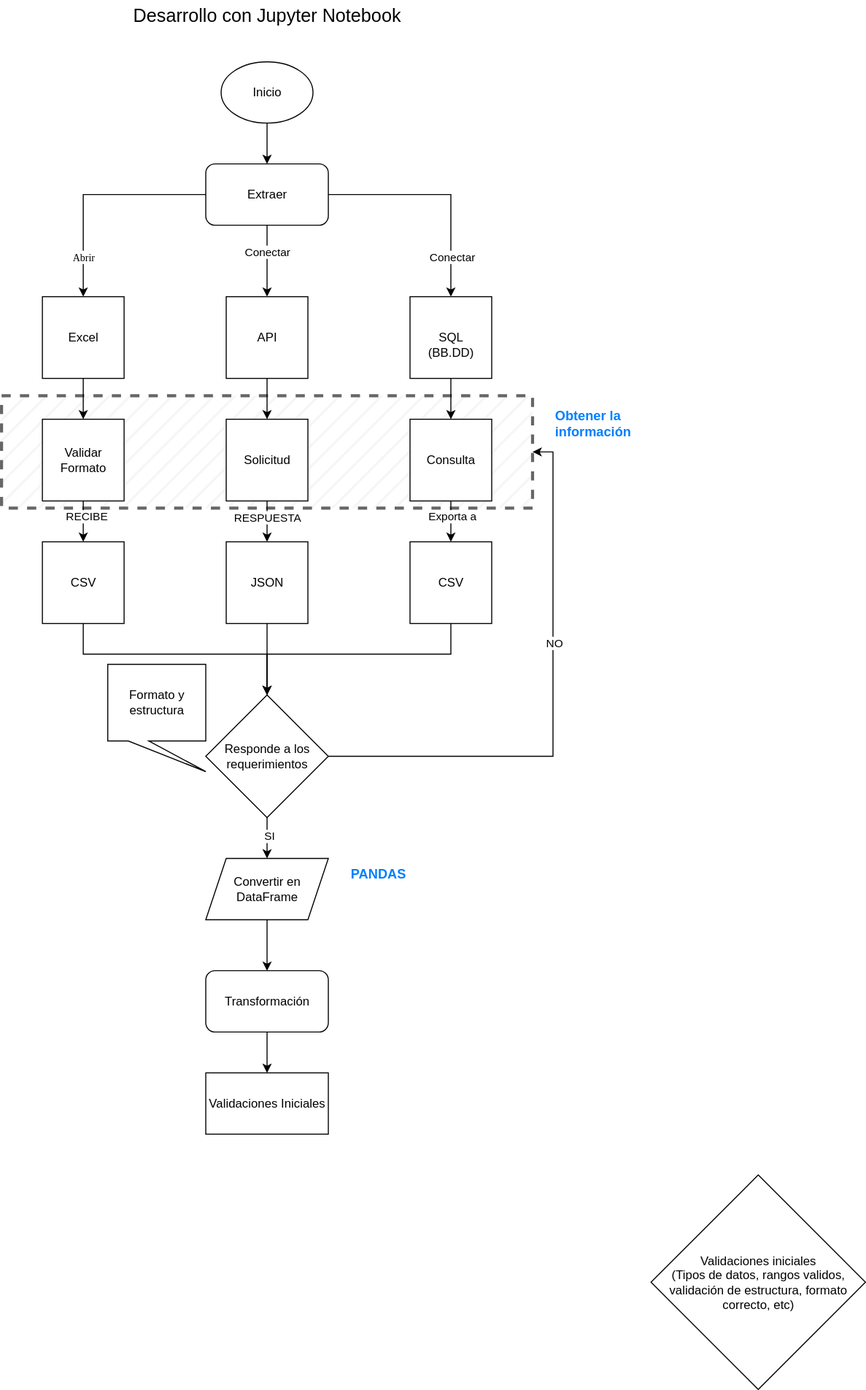
Ulises2024/Clinica-dental---JAVA keeps this draw.io diagram as Diagrama sin título.drawio.svg. Above is the earlier version. Source tidied: cells renumbered, new cells last; positions are measured from the earlier drawing's top-left corner, leaving out a move shared by most shapes.
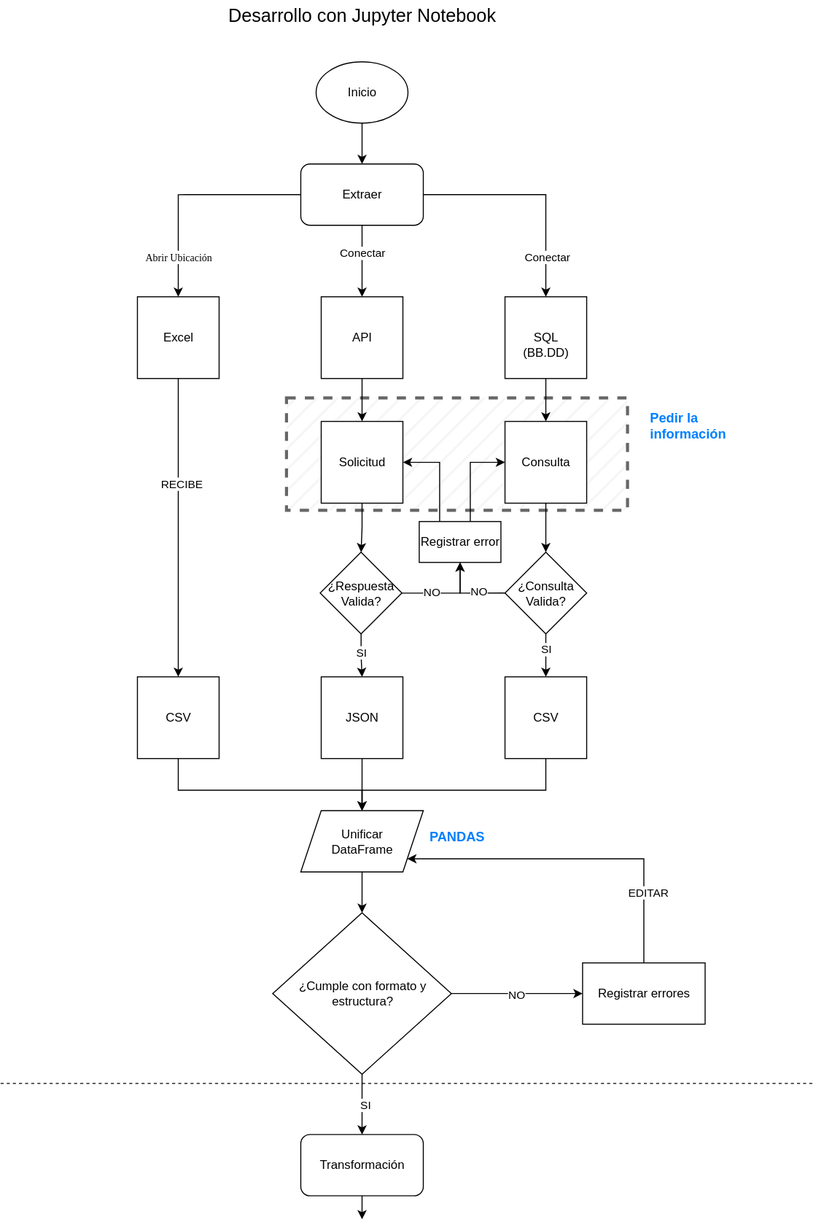
Above is the later version.

What changed in the source:
```diff
@@ -3,9 +3,9 @@
     <mxCell id="0" />
     <mxCell id="1" parent="0" />
     <mxCell id="2" style="rounded=0;whiteSpace=wrap;html=1;fillColor=#f5f5f5;dashed=1;strokeWidth=3;fontColor=#333333;strokeColor=#666666;labelBackgroundColor=none;fillStyle=hatch;" parent="1" vertex="1">
-      <mxGeometry y="387" width="520" height="110" as="geometry" />
+      <mxGeometry x="186" y="389" width="334" height="110" as="geometry" />
     </mxCell>
-    <mxCell id="3" value="&lt;font size=&quot;1&quot; face=&quot;Times New Roman&quot;&gt;Abrir&lt;/font&gt;" style="edgeStyle=orthogonalEdgeStyle;rounded=0;jettySize=auto;html=1;exitX=0;exitY=0.5;exitDx=0;exitDy=0;entryX=0.5;entryY=0;entryDx=0;entryDy=0;" parent="1" edge="1" source="34" target="13">
+    <mxCell id="3" value="&lt;font size=&quot;1&quot; face=&quot;Times New Roman&quot;&gt;Abrir Ubicación&lt;/font&gt;" style="edgeStyle=orthogonalEdgeStyle;rounded=0;jettySize=auto;html=1;exitX=0;exitY=0.5;exitDx=0;exitDy=0;entryX=0.5;entryY=0;entryDx=0;entryDy=0;" parent="1" edge="1" source="34" target="13">
       <mxGeometry x="0.65" relative="1" as="geometry">
         <Array as="points">
           <mxPoint x="80" y="190" />
@@ -26,7 +26,7 @@
     <mxCell id="7" value="Inicio" style="ellipse;whiteSpace=wrap;html=1;" parent="1" vertex="1">
       <mxGeometry x="215" y="60" width="90" height="60" as="geometry" />
     </mxCell>
-    <mxCell id="8" style="edgeStyle=orthogonalEdgeStyle;rounded=0;jettySize=auto;html=1;entryX=0.5;entryY=0;entryDx=0;entryDy=0;" parent="1" edge="1" source="9" target="21">
+    <mxCell id="8" style="edgeStyle=orthogonalEdgeStyle;rounded=0;jettySize=auto;html=1;" parent="1" edge="1" source="9" target="21">
       <mxGeometry relative="1" as="geometry" />
     </mxCell>
     <mxCell id="9" value="&lt;br&gt;SQL &lt;br&gt;(BB.DD)" style="whiteSpace=wrap;html=1;" parent="1" vertex="1">
@@ -42,129 +42,167 @@
     <mxCell id="11" value="Conectar" style="edgeLabel;html=1;align=center;verticalAlign=middle;" parent="10" vertex="1">
       <mxGeometry x="0.63" relative="1" as="geometry" />
     </mxCell>
-    <mxCell id="12" style="edgeStyle=orthogonalEdgeStyle;rounded=0;jettySize=auto;html=1;exitX=0.5;exitY=1;exitDx=0;exitDy=0;entryX=0.5;entryY=0;entryDx=0;entryDy=0;" parent="1" edge="1" source="13">
-      <mxGeometry relative="1" as="geometry">
-        <mxPoint x="80" y="410" as="targetPoint" />
-      </mxGeometry>
-    </mxCell>
     <mxCell id="13" value="Excel" style="whiteSpace=wrap;html=1;" parent="1" vertex="1">
       <mxGeometry x="40" y="290" width="80" height="80" as="geometry" />
     </mxCell>
-    <mxCell id="14" style="edgeStyle=orthogonalEdgeStyle;rounded=0;jettySize=auto;html=1;entryX=0.5;entryY=0;entryDx=0;entryDy=0;" parent="1" edge="1" source="15" target="18">
+    <mxCell id="14" style="edgeStyle=orthogonalEdgeStyle;rounded=0;jettySize=auto;html=1;" parent="1" edge="1" source="15" target="18">
       <mxGeometry relative="1" as="geometry" />
     </mxCell>
     <mxCell id="15" value="API" style="whiteSpace=wrap;html=1;" parent="1" vertex="1">
       <mxGeometry x="220" y="290" width="80" height="80" as="geometry" />
     </mxCell>
-    <mxCell id="16" style="edgeStyle=orthogonalEdgeStyle;rounded=0;jettySize=auto;html=1;entryX=0.5;entryY=0;entryDx=0;entryDy=0;" parent="1" edge="1" source="18" target="28">
-      <mxGeometry relative="1" as="geometry" />
-    </mxCell>
-    <mxCell id="17" value="RESPUESTA" style="edgeLabel;html=1;align=center;verticalAlign=middle;" parent="16" vertex="1">
-      <mxGeometry x="-0.25" y="-1" relative="1" as="geometry" />
-    </mxCell>
+    <mxCell id="47" style="edgeStyle=orthogonalEdgeStyle;rounded=0;jettySize=auto;html=1;" parent="1" edge="1" source="18" target="65">
+      <mxGeometry relative="1" as="geometry" />
+    </mxCell>
     <mxCell id="18" value="Solicitud" style="whiteSpace=wrap;html=1;" parent="1" vertex="1">
-      <mxGeometry x="220" y="410" width="80" height="80" as="geometry" />
+      <mxGeometry x="220" y="412" width="80" height="80" as="geometry" />
     </mxCell>
-    <mxCell id="19" style="edgeStyle=orthogonalEdgeStyle;rounded=0;jettySize=auto;html=1;entryX=0.5;entryY=0;entryDx=0;entryDy=0;" parent="1" edge="1" source="21" target="30">
-      <mxGeometry relative="1" as="geometry" />
-    </mxCell>
-    <mxCell id="20" value="Exporta a" style="edgeLabel;html=1;align=center;verticalAlign=middle;" parent="19" vertex="1">
-      <mxGeometry x="-0.3" relative="1" as="geometry" />
-    </mxCell>
+    <mxCell id="48" style="edgeStyle=orthogonalEdgeStyle;rounded=0;jettySize=auto;html=1;entryX=0.5;entryY=0;entryDx=0;entryDy=0;" parent="1" edge="1" source="21" target="70">
+      <mxGeometry relative="1" as="geometry" />
+    </mxCell>
     <mxCell id="21" value="Consulta" style="whiteSpace=wrap;html=1;" parent="1" vertex="1">
-      <mxGeometry x="400" y="410" width="80" height="80" as="geometry" />
+      <mxGeometry x="400" y="412" width="80" height="80" as="geometry" />
     </mxCell>
-    <mxCell id="22" style="edgeStyle=orthogonalEdgeStyle;rounded=0;jettySize=auto;html=1;entryX=0.5;entryY=0;entryDx=0;entryDy=0;" parent="1" edge="1" source="24" target="26">
+    <mxCell id="22" style="edgeStyle=orthogonalEdgeStyle;rounded=0;jettySize=auto;html=1;entryX=0.5;entryY=0;entryDx=0;entryDy=0;" parent="1" edge="1" source="13" target="26">
       <mxGeometry relative="1" as="geometry" />
     </mxCell>
     <mxCell id="23" value="RECIBE" style="edgeLabel;html=1;align=center;verticalAlign=middle;" parent="22" vertex="1">
       <mxGeometry x="-0.3" y="2" relative="1" as="geometry" />
     </mxCell>
-    <mxCell id="24" value="Validar Formato" style="whiteSpace=wrap;html=1;" parent="1" vertex="1">
-      <mxGeometry x="40" y="410" width="80" height="80" as="geometry" />
-    </mxCell>
-    <mxCell id="25" style="edgeStyle=orthogonalEdgeStyle;rounded=0;jettySize=auto;html=1;" parent="1" edge="1" source="26" target="39">
-      <mxGeometry relative="1" as="geometry">
-        <Array as="points">
-          <mxPoint x="80" y="640" />
-          <mxPoint x="260" y="640" />
-        </Array>
-      </mxGeometry>
-    </mxCell>
+    <mxCell id="49" style="edgeStyle=orthogonalEdgeStyle;rounded=0;jettySize=auto;html=1;entryX=0.5;entryY=0;entryDx=0;entryDy=0;" parent="1" edge="1" source="26" target="41">
+      <mxGeometry relative="1" as="geometry">
+        <Array as="points">
+          <mxPoint x="80" y="773" />
+          <mxPoint x="260" y="773" />
+        </Array>
+      </mxGeometry>
+    </mxCell>
     <mxCell id="26" value="CSV" style="whiteSpace=wrap;html=1;" parent="1" vertex="1">
-      <mxGeometry x="40" y="530" width="80" height="80" as="geometry" />
+      <mxGeometry x="40" y="662" width="80" height="80" as="geometry" />
     </mxCell>
-    <mxCell id="27" style="edgeStyle=orthogonalEdgeStyle;rounded=0;jettySize=auto;html=1;entryX=0.5;entryY=0;entryDx=0;entryDy=0;" parent="1" edge="1" source="28" target="39">
-      <mxGeometry relative="1" as="geometry" />
-    </mxCell>
+    <mxCell id="50" style="edgeStyle=orthogonalEdgeStyle;rounded=0;jettySize=auto;html=1;entryX=0.5;entryY=0;entryDx=0;entryDy=0;" parent="1" edge="1" source="28" target="41">
+      <mxGeometry relative="1" as="geometry" />
+    </mxCell>
     <mxCell id="28" value="JSON" style="whiteSpace=wrap;html=1;" parent="1" vertex="1">
-      <mxGeometry x="220" y="530" width="80" height="80" as="geometry" />
+      <mxGeometry x="220" y="662" width="80" height="80" as="geometry" />
     </mxCell>
-    <mxCell id="29" style="edgeStyle=orthogonalEdgeStyle;rounded=0;jettySize=auto;html=1;entryX=0.5;entryY=0;entryDx=0;entryDy=0;" parent="1" edge="1" source="30" target="39">
-      <mxGeometry relative="1" as="geometry">
-        <Array as="points">
-          <mxPoint x="440" y="640" />
-          <mxPoint x="260" y="640" />
-        </Array>
-      </mxGeometry>
-    </mxCell>
+    <mxCell id="51" style="edgeStyle=orthogonalEdgeStyle;rounded=0;jettySize=auto;html=1;entryX=0.5;entryY=0;entryDx=0;entryDy=0;" parent="1" edge="1" source="30" target="41">
+      <mxGeometry relative="1" as="geometry">
+        <Array as="points">
+          <mxPoint x="440" y="773" />
+          <mxPoint x="260" y="773" />
+        </Array>
+      </mxGeometry>
+    </mxCell>
     <mxCell id="30" value="CSV" style="whiteSpace=wrap;html=1;" parent="1" vertex="1">
-      <mxGeometry x="400" y="530" width="80" height="80" as="geometry" />
+      <mxGeometry x="400" y="662" width="80" height="80" as="geometry" />
     </mxCell>
-    <mxCell id="31" value="Validaciones iniciales&lt;br&gt;(Tipos de datos, rangos validos, validación de estructura, formato correcto, etc)" style="rhombus;whiteSpace=wrap;html=1;" parent="1" vertex="1">
-      <mxGeometry x="636" y="1150" width="210" height="210" as="geometry" />
-    </mxCell>
     <mxCell id="32" value="&lt;font style=&quot;font-size: 18px;&quot;&gt;Desarrollo con Jupyter Notebook&lt;/font&gt;" style="text;html=1;align=center;verticalAlign=middle;whiteSpace=wrap;rounded=0;" parent="1" vertex="1">
       <mxGeometry x="67" width="386" height="30" as="geometry" />
     </mxCell>
     <mxCell id="33" value="PANDAS" style="text;strokeColor=none;fillColor=none;align=left;verticalAlign=middle;spacingLeft=4;spacingRight=4;overflow=hidden;whiteSpace=wrap;html=1;fontColor=#007FFF;fontStyle=1;fontSize=13;" parent="1" vertex="1">
-      <mxGeometry x="336" y="840" width="80" height="30" as="geometry" />
+      <mxGeometry x="320" y="803" width="80" height="30" as="geometry" />
     </mxCell>
     <mxCell id="34" value="Extraer" style="rounded=1;whiteSpace=wrap;html=1;" parent="1" vertex="1">
       <mxGeometry x="200" y="160" width="120" height="60" as="geometry" />
     </mxCell>
-    <mxCell id="35" style="edgeStyle=orthogonalEdgeStyle;rounded=0;jettySize=auto;html=1;entryX=1;entryY=0.5;entryDx=0;entryDy=0;" parent="1" edge="1" source="39" target="2">
-      <mxGeometry relative="1" as="geometry">
-        <Array as="points">
-          <mxPoint x="540" y="740" />
-          <mxPoint x="540" y="442" />
-        </Array>
-      </mxGeometry>
-    </mxCell>
-    <mxCell id="36" value="NO" style="edgeLabel;html=1;align=center;verticalAlign=middle;" parent="35" vertex="1">
-      <mxGeometry x="0.23" relative="1" as="geometry" />
-    </mxCell>
-    <mxCell id="37" style="edgeStyle=orthogonalEdgeStyle;rounded=0;jettySize=auto;html=1;" parent="1" edge="1" source="39">
-      <mxGeometry relative="1" as="geometry">
-        <mxPoint x="260" y="840" as="targetPoint" />
-      </mxGeometry>
-    </mxCell>
-    <mxCell id="38" value="SI" style="edgeLabel;html=1;align=center;verticalAlign=middle;" parent="37" vertex="1">
-      <mxGeometry x="-0.14" y="1" relative="1" as="geometry" />
-    </mxCell>
+    <mxCell id="52" style="edgeStyle=orthogonalEdgeStyle;rounded=0;jettySize=auto;html=1;entryX=0.5;entryY=0;entryDx=0;entryDy=0;" parent="1" edge="1" source="39" target="43">
+      <mxGeometry relative="1" as="geometry" />
+    </mxCell>
+    <mxCell id="53" value="SI" style="edgeLabel;html=1;align=center;verticalAlign=middle;" parent="52" vertex="1">
+      <mxGeometry x="0.02" y="2" relative="1" as="geometry" />
+    </mxCell>
+    <mxCell id="54" style="edgeStyle=orthogonalEdgeStyle;rounded=0;jettySize=auto;html=1;entryX=0;entryY=0.5;entryDx=0;entryDy=0;" parent="1" edge="1" source="39" target="60">
+      <mxGeometry relative="1" as="geometry" />
+    </mxCell>
+    <mxCell id="55" value="NO" style="edgeLabel;html=1;align=center;verticalAlign=middle;" parent="54" vertex="1">
+      <mxGeometry x="-0.03" relative="1" as="geometry" />
+    </mxCell>
-    <mxCell id="39" value="Responde a los requerimientos" style="rhombus;whiteSpace=wrap;html=1;" parent="1" vertex="1">
-      <mxGeometry x="200" y="680" width="120" height="120" as="geometry" />
+    <mxCell id="39" value="¿Cumple con formato y estructura?" style="rhombus;whiteSpace=wrap;html=1;" parent="1" vertex="1">
+      <mxGeometry x="172.5" y="893" width="175" height="158" as="geometry" />
     </mxCell>
-    <mxCell id="40" style="edgeStyle=orthogonalEdgeStyle;rounded=0;jettySize=auto;html=1;entryX=0.5;entryY=0;entryDx=0;entryDy=0;" parent="1" edge="1" source="41" target="43">
-      <mxGeometry relative="1" as="geometry" />
-    </mxCell>
+    <mxCell id="56" style="edgeStyle=orthogonalEdgeStyle;rounded=0;jettySize=auto;html=1;entryX=0.5;entryY=0;entryDx=0;entryDy=0;" parent="1" edge="1" source="41" target="39">
+      <mxGeometry relative="1" as="geometry" />
+    </mxCell>
-    <mxCell id="41" value="Convertir en&lt;br&gt;DataFrame" style="shape=parallelogram;perimeter=parallelogramPerimeter;whiteSpace=wrap;html=1;fixedSize=1;" parent="1" vertex="1">
-      <mxGeometry x="200" y="840" width="120" height="60" as="geometry" />
+    <mxCell id="41" value="Unificar&lt;br&gt;DataFrame" style="shape=parallelogram;perimeter=parallelogramPerimeter;whiteSpace=wrap;html=1;fixedSize=1;" parent="1" vertex="1">
+      <mxGeometry x="200" y="793" width="120" height="60" as="geometry" />
     </mxCell>
-    <mxCell id="42" style="edgeStyle=orthogonalEdgeStyle;rounded=0;jettySize=auto;html=1;" parent="1" edge="1" source="43" target="44">
-      <mxGeometry relative="1" as="geometry" />
+    <mxCell id="42" style="edgeStyle=orthogonalEdgeStyle;rounded=0;jettySize=auto;html=1;" parent="1" edge="1" source="43">
+      <mxGeometry relative="1" as="geometry">
+        <mxPoint x="260" y="1193" as="targetPoint" />
+      </mxGeometry>
     </mxCell>
     <mxCell id="43" value="Transformación" style="rounded=1;whiteSpace=wrap;html=1;" parent="1" vertex="1">
-      <mxGeometry x="200" y="950" width="120" height="60" as="geometry" />
+      <mxGeometry x="200" y="1110" width="120" height="60" as="geometry" />
     </mxCell>
-    <mxCell id="44" value="Validaciones Iniciales" style="rounded=0;whiteSpace=wrap;html=1;" parent="1" vertex="1">
-      <mxGeometry x="200" y="1050" width="120" height="60" as="geometry" />
-    </mxCell>
-    <mxCell id="45" value="Obtener la información" style="text;strokeColor=none;fillColor=none;align=left;verticalAlign=middle;spacingLeft=4;spacingRight=4;overflow=hidden;whiteSpace=wrap;html=1;fontColor=#007FFF;fontStyle=1;fontSize=13;" parent="1" vertex="1">
-      <mxGeometry x="536" y="387" width="100" height="53" as="geometry" />
+    <mxCell id="45" value="Pedir la información" style="text;strokeColor=none;fillColor=none;align=left;verticalAlign=middle;spacingLeft=4;spacingRight=4;overflow=hidden;whiteSpace=wrap;html=1;fontColor=#007FFF;fontStyle=1;fontSize=13;" parent="1" vertex="1">
+      <mxGeometry x="536" y="389" width="100" height="53" as="geometry" />
     </mxCell>
-    <mxCell id="46" value="Formato y estructura" style="shape=callout;whiteSpace=wrap;html=1;perimeter=calloutPerimeter;size=30;position=0.21;position2=1;" parent="1" vertex="1">
-      <mxGeometry x="104" y="650" width="96" height="105" as="geometry" />
-    </mxCell>
+    <mxCell id="57" style="endArrow=none;dashed=1;html=1;rounded=0;" parent="1" edge="1">
+      <mxGeometry relative="1" as="geometry">
+        <mxPoint x="-94" y="1060" as="sourcePoint" />
+        <mxPoint x="703" y="1060" as="targetPoint" />
+      </mxGeometry>
+    </mxCell>
+    <mxCell id="58" style="edgeStyle=orthogonalEdgeStyle;rounded=0;jettySize=auto;html=1;" parent="1" edge="1" source="60" target="41">
+      <mxGeometry relative="1" as="geometry">
+        <Array as="points">
+          <mxPoint x="536" y="840" />
+        </Array>
+      </mxGeometry>
+    </mxCell>
+    <mxCell id="59" value="EDITAR" style="edgeLabel;html=1;align=center;verticalAlign=middle;" parent="58" vertex="1">
+      <mxGeometry x="-0.58" y="-3" relative="1" as="geometry" />
+    </mxCell>
+    <mxCell id="60" value="Registrar errores" style="rounded=0;whiteSpace=wrap;html=1;" parent="1" vertex="1">
+      <mxGeometry x="476" y="942" width="120" height="60" as="geometry" />
+    </mxCell>
+    <mxCell id="61" style="edgeStyle=orthogonalEdgeStyle;rounded=0;jettySize=auto;html=1;" parent="1" edge="1" source="65" target="28">
+      <mxGeometry relative="1" as="geometry" />
+    </mxCell>
+    <mxCell id="62" value="SI" style="edgeLabel;html=1;align=center;verticalAlign=middle;" parent="61" vertex="1">
+      <mxGeometry x="-0.17" y="-1" relative="1" as="geometry" />
+    </mxCell>
+    <mxCell id="63" style="edgeStyle=orthogonalEdgeStyle;rounded=0;jettySize=auto;html=1;entryX=0.5;entryY=1;entryDx=0;entryDy=0;" parent="1" edge="1" source="65" target="73">
+      <mxGeometry relative="1" as="geometry" />
+    </mxCell>
+    <mxCell id="64" value="NO" style="edgeLabel;html=1;align=center;verticalAlign=middle;" parent="63" vertex="1">
+      <mxGeometry x="-0.36" y="2" relative="1" as="geometry" />
+    </mxCell>
+    <mxCell id="65" value="¿Respuesta Valida?" style="rhombus;whiteSpace=wrap;html=1;" parent="1" vertex="1">
+      <mxGeometry x="219" y="540" width="80" height="80" as="geometry" />
+    </mxCell>
+    <mxCell id="66" style="edgeStyle=orthogonalEdgeStyle;rounded=0;jettySize=auto;html=1;" parent="1" edge="1" source="70" target="30">
+      <mxGeometry relative="1" as="geometry" />
+    </mxCell>
+    <mxCell id="67" value="SI" style="edgeLabel;html=1;align=center;verticalAlign=middle;" parent="66" vertex="1">
+      <mxGeometry x="-0.33" y="-1" relative="1" as="geometry" />
+    </mxCell>
+    <mxCell id="68" style="edgeStyle=orthogonalEdgeStyle;rounded=0;jettySize=auto;html=1;exitX=0;exitY=0.5;exitDx=0;exitDy=0;entryX=0.5;entryY=1;entryDx=0;entryDy=0;" parent="1" edge="1" source="70" target="73">
+      <mxGeometry relative="1" as="geometry" />
+    </mxCell>
+    <mxCell id="69" value="NO" style="edgeLabel;html=1;align=center;verticalAlign=middle;" parent="68" vertex="1">
+      <mxGeometry x="-0.29" y="-3" relative="1" as="geometry" />
+    </mxCell>
+    <mxCell id="70" value="¿Consulta Valida?" style="rhombus;whiteSpace=wrap;html=1;" parent="1" vertex="1">
+      <mxGeometry x="400" y="540" width="80" height="80" as="geometry" />
+    </mxCell>
+    <mxCell id="71" style="edgeStyle=orthogonalEdgeStyle;rounded=0;jettySize=auto;html=1;entryX=0;entryY=0.5;entryDx=0;entryDy=0;" parent="1" edge="1" source="73" target="21">
+      <mxGeometry relative="1" as="geometry">
+        <Array as="points">
+          <mxPoint x="366" y="452" />
+        </Array>
+      </mxGeometry>
+    </mxCell>
+    <mxCell id="72" style="edgeStyle=orthogonalEdgeStyle;rounded=0;jettySize=auto;html=1;entryX=1;entryY=0.5;entryDx=0;entryDy=0;" parent="1" edge="1" source="73" target="18">
+      <mxGeometry relative="1" as="geometry">
+        <Array as="points">
+          <mxPoint x="336" y="452" />
+        </Array>
+      </mxGeometry>
+    </mxCell>
+    <mxCell id="73" value="Registrar error" style="rounded=0;whiteSpace=wrap;html=1;" parent="1" vertex="1">
+      <mxGeometry x="316" y="510" width="80" height="40" as="geometry" />
+    </mxCell>
   </root>
 </mxGraphModel>
```
